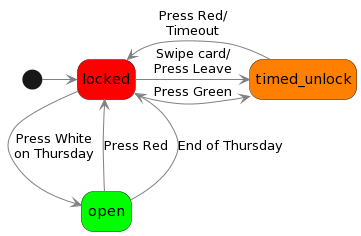
The PlantUML diagram frontend/design/states.png in bullestock/acsv2, before a commit.
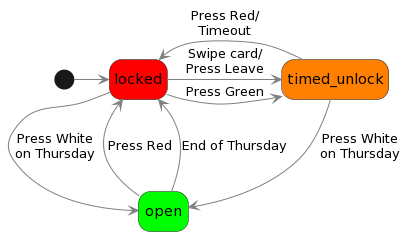
The same diagram one commit later.

Change to the diagram source:
```diff
@@ -15,6 +15,7 @@
 
 [*] -> locked
 locked --> open: Press White\non Thursday
+timed_unlock --> open: Press White\non Thursday
 locked -> timed_unlock: Press Green
 locked -> timed_unlock: Swipe card/\nPress Leave
 open -> locked: Press Red
```
